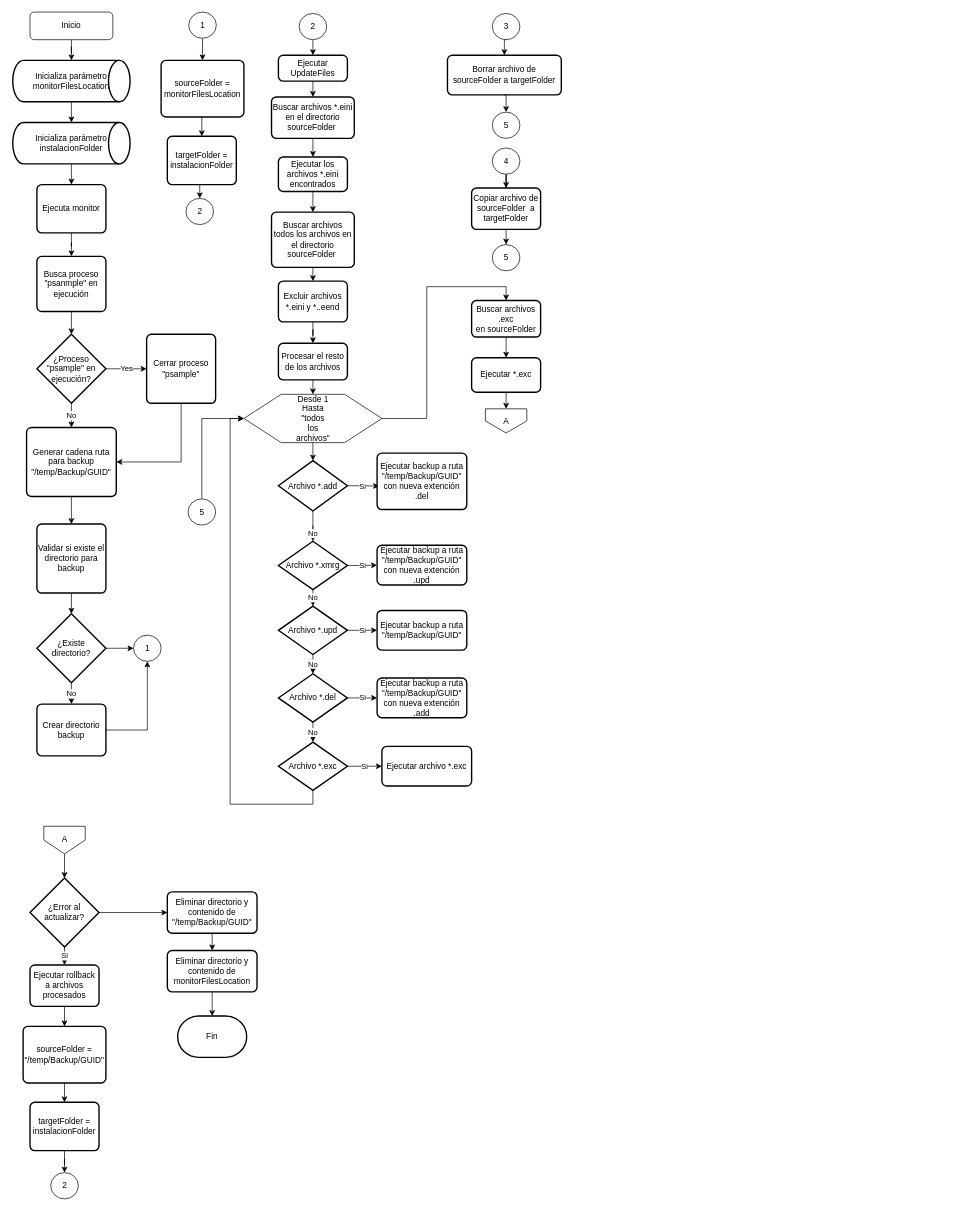
This is WorkerFileManager/Docs/MonitorUpdateManager.drawio from adrianlm333/WorkerFileManager, a draw.io file, before an edit. Source tidied: cells renumbered, new cells numbered last; positions are measured from the earlier drawing's top-left corner, leaving out a move shared by most shapes. Both pictures are drawn from the tidied source at 69%, with x=0, y=0 at pixel (12, 12).
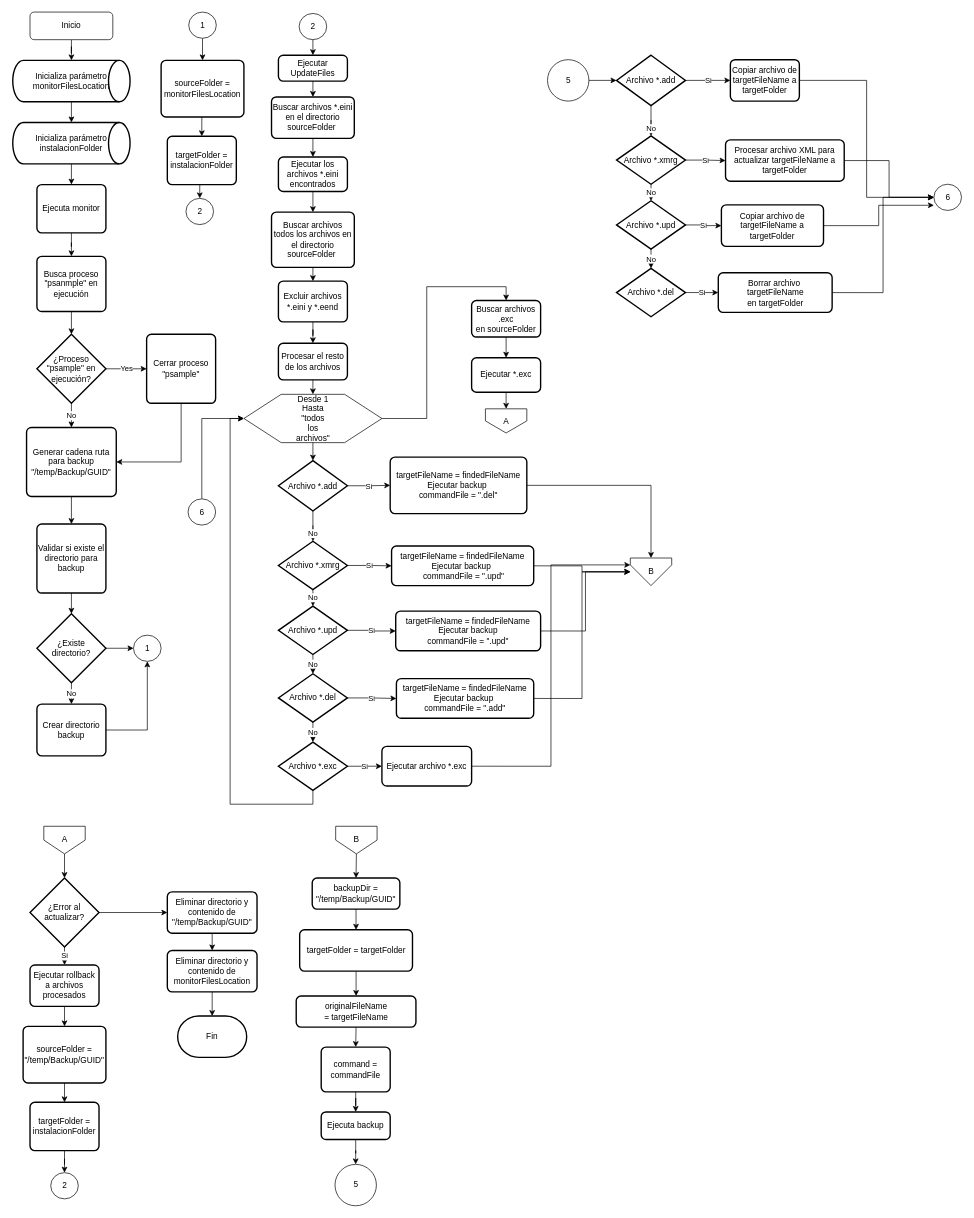
The same diagram, later.

Commit message (it also covers changes not shown here):
Se agrega diagrama de clases

The change refers to these unchanged cells:
```xml
<mxCell id="42" value="Archivo *.add" style="strokeWidth=2;html=1;shape=mxgraph.flowchart.decision;whiteSpace=wrap;" parent="1" vertex="1">
  <mxGeometry x="385" y="650" width="100" height="73" as="geometry" />
</mxCell>
<mxCell id="47" value="Archivo *.del" style="strokeWidth=2;html=1;shape=mxgraph.flowchart.decision;whiteSpace=wrap;" parent="1" vertex="1">
  <mxGeometry x="385" y="959" width="100" height="70" as="geometry" />
</mxCell>
<mxCell id="75" value="Ejecutar archivo *.exc" style="rounded=1;whiteSpace=wrap;html=1;absoluteArcSize=1;arcSize=14;strokeWidth=2;" parent="1" vertex="1">
  <mxGeometry x="535" y="1064.2" width="130" height="57.5" as="geometry" />
</mxCell>
```

What changed in the source:
```diff
@@
-    <mxCell id="36" value="Excluir archivos *.eini y *..eend" style="rounded=1;whiteSpace=wrap;html=1;absoluteArcSize=1;arcSize=14;strokeWidth=2;" parent="1" vertex="1">
+    <mxCell id="36" value="Excluir archivos *.eini y *.eend" style="rounded=1;whiteSpace=wrap;html=1;absoluteArcSize=1;arcSize=14;strokeWidth=2;" parent="1" vertex="1">
       <mxGeometry x="385" y="390" width="100" height="59" as="geometry" />
     </mxCell>
@@
-    <mxCell id="41" value="Si" style="edgeStyle=orthogonalEdgeStyle;rounded=0;jettySize=auto;html=1;exitX=1;exitY=0.5;exitDx=0;exitDy=0;exitPerimeter=0;entryX=0.023;entryY=0.584;entryDx=0;entryDy=0;entryPerimeter=0;" parent="1" edge="1" source="42" target="71">
+    <mxCell id="41" value="Si" style="edgeStyle=orthogonalEdgeStyle;rounded=0;jettySize=auto;html=1;exitX=1;exitY=0.5;exitDx=0;exitDy=0;exitPerimeter=0;entryX=0;entryY=0.5;entryDx=0;entryDy=0;" parent="1" edge="1" source="42" target="71">
       <mxGeometry relative="1" as="geometry" />
     </mxCell>
@@
-    <mxCell id="46" value="Si" style="edgeStyle=orthogonalEdgeStyle;rounded=0;jettySize=auto;html=1;exitX=1;exitY=0.5;exitDx=0;exitDy=0;exitPerimeter=0;entryX=0;entryY=0.5;entryDx=0;entryDy=0;" parent="1" edge="1" source="47" target="74">
+    <mxCell id="46" value="Si" style="edgeStyle=orthogonalEdgeStyle;rounded=0;jettySize=auto;html=1;exitX=1;exitY=0.5;exitDx=0;exitDy=0;exitPerimeter=0;" parent="1" edge="1" source="47" target="74">
       <mxGeometry relative="1" as="geometry" />
     </mxCell>
@@
-    <mxCell id="59" style="edgeStyle=orthogonalEdgeStyle;rounded=0;jettySize=auto;html=1;exitX=0.5;exitY=1;exitDx=0;exitDy=0;exitPerimeter=0;entryX=0.5;entryY=0;entryDx=0;entryDy=0;" parent="1" edge="1" source="60" target="61">
-      <mxGeometry relative="1" as="geometry" />
-    </mxCell>
-    <mxCell id="60" value="3" style="verticalLabelPosition=middle;verticalAlign=middle;html=1;shape=mxgraph.flowchart.on-page_reference;labelPosition=center;align=center;" parent="1" vertex="1">
-      <mxGeometry x="695" y="2" width="40" height="38" as="geometry" />
-    </mxCell>
-    <mxCell id="61" value="Borrar archivo de sourceFolder&amp;nbsp;a&amp;nbsp;targetFolder" style="rounded=1;whiteSpace=wrap;html=1;absoluteArcSize=1;arcSize=14;strokeWidth=2;" parent="1" vertex="1">
-      <mxGeometry x="630" y="62.5" width="165" height="57.5" as="geometry" />
-    </mxCell>
@@
-    <mxCell id="67" value="5" style="verticalLabelPosition=middle;verticalAlign=middle;html=1;shape=mxgraph.flowchart.on-page_reference;labelPosition=center;align=center;" parent="1" vertex="1">
-      <mxGeometry x="695" y="145" width="40" height="38" as="geometry" />
-    </mxCell>
-    <mxCell id="68" style="edgeStyle=orthogonalEdgeStyle;rounded=0;jettySize=auto;html=1;exitX=0.5;exitY=1;exitDx=0;exitDy=0;entryX=0.5;entryY=0;entryDx=0;entryDy=0;entryPerimeter=0;" parent="1" edge="1" source="61" target="67">
-      <mxGeometry relative="1" as="geometry" />
-    </mxCell>
@@
-    <mxCell id="70" value="5" style="verticalLabelPosition=middle;verticalAlign=middle;html=1;shape=mxgraph.flowchart.on-page_reference;labelPosition=center;align=center;" parent="1" vertex="1">
+    <mxCell id="70" value="6" style="verticalLabelPosition=middle;verticalAlign=middle;html=1;shape=mxgraph.flowchart.on-page_reference;labelPosition=center;align=center;" parent="1" vertex="1">
       <mxGeometry x="254" y="705.5" width="40" height="38" as="geometry" />
     </mxCell>
+    <mxCell id="106" style="edgeStyle=orthogonalEdgeStyle;rounded=0;jettySize=auto;html=1;exitX=1;exitY=0.5;exitDx=0;exitDy=0;" parent="1" edge="1" source="71" target="113">
+      <mxGeometry relative="1" as="geometry" />
+    </mxCell>
-    <mxCell id="71" value="Ejecutar backup a ruta &quot;/temp/Backup/GUID&quot;&lt;div&gt;con nueva extención .del&lt;/div&gt;" style="rounded=1;whiteSpace=wrap;html=1;absoluteArcSize=1;arcSize=14;strokeWidth=2;" parent="1" vertex="1">
-      <mxGeometry x="528" y="639.2" width="130" height="81.8" as="geometry" />
+    <mxCell id="71" value="&lt;div&gt;targetFileName = findedFileName&lt;/div&gt;Ejecutar backup&amp;nbsp;&lt;br&gt;&lt;div&gt;&lt;span style=&quot;background-color: transparent; color: light-dark(rgb(0, 0, 0), rgb(255, 255, 255));&quot;&gt;commandFile&lt;/span&gt;&lt;span style=&quot;background-color: transparent; color: light-dark(rgb(0, 0, 0), rgb(255, 255, 255));&quot;&gt;&amp;nbsp;=&lt;/span&gt;&lt;span style=&quot;background-color: transparent; color: light-dark(rgb(0, 0, 0), rgb(255, 255, 255));&quot;&gt;&amp;nbsp;&quot;.del&quot;&lt;/span&gt;&lt;/div&gt;" style="rounded=1;whiteSpace=wrap;html=1;absoluteArcSize=1;arcSize=14;strokeWidth=2;" parent="1" vertex="1">
+      <mxGeometry x="547" y="645" width="198" height="81.8" as="geometry" />
     </mxCell>
+    <mxCell id="107" style="edgeStyle=orthogonalEdgeStyle;rounded=0;jettySize=auto;html=1;exitX=1;exitY=0.5;exitDx=0;exitDy=0;entryX=0;entryY=0.5;entryDx=0;entryDy=0;" parent="1" edge="1" source="72" target="113">
+      <mxGeometry relative="1" as="geometry" />
+    </mxCell>
-    <mxCell id="72" value="Ejecutar backup a ruta &quot;/temp/Backup/GUID&quot;&lt;div&gt;con nueva extención .upd&lt;/div&gt;" style="rounded=1;whiteSpace=wrap;html=1;absoluteArcSize=1;arcSize=14;strokeWidth=2;" parent="1" vertex="1">
-      <mxGeometry x="528" y="772.8" width="130" height="57.5" as="geometry" />
+    <mxCell id="72" value="&lt;div&gt;targetFileName = findedFileName&lt;/div&gt;Ejecutar backup&amp;nbsp;&lt;div&gt;&lt;span style=&quot;background-color: transparent; color: light-dark(rgb(0, 0, 0), rgb(255, 255, 255));&quot;&gt;&amp;nbsp;&lt;/span&gt;&lt;span style=&quot;background-color: transparent; color: light-dark(rgb(0, 0, 0), rgb(255, 255, 255));&quot;&gt;commandFile = &quot;&lt;/span&gt;&lt;span style=&quot;background-color: transparent; color: light-dark(rgb(0, 0, 0), rgb(255, 255, 255));&quot;&gt;.upd&quot;&lt;/span&gt;&lt;/div&gt;" style="rounded=1;whiteSpace=wrap;html=1;absoluteArcSize=1;arcSize=14;strokeWidth=2;" parent="1" vertex="1">
+      <mxGeometry x="549" y="773.8" width="206" height="57.5" as="geometry" />
     </mxCell>
+    <mxCell id="108" style="edgeStyle=orthogonalEdgeStyle;rounded=0;jettySize=auto;html=1;exitX=1;exitY=0.5;exitDx=0;exitDy=0;entryX=0;entryY=0.5;entryDx=0;entryDy=0;" parent="1" edge="1" source="73" target="113">
+      <mxGeometry relative="1" as="geometry" />
+    </mxCell>
-    <mxCell id="73" value="Ejecutar backup a ruta &quot;/temp/Backup/GUID&quot;" style="rounded=1;whiteSpace=wrap;html=1;absoluteArcSize=1;arcSize=14;strokeWidth=2;" parent="1" vertex="1">
-      <mxGeometry x="528" y="867.2" width="130" height="57.5" as="geometry" />
+    <mxCell id="73" value="&lt;div&gt;targetFileName = findedFileName&lt;/div&gt;Ejecutar backup&lt;div&gt;&lt;span style=&quot;color: light-dark(rgb(0, 0, 0), rgb(255, 255, 255)); background-color: transparent;&quot;&gt;commandFile&lt;/span&gt;&lt;span style=&quot;color: light-dark(rgb(0, 0, 0), rgb(255, 255, 255)); background-color: transparent;&quot;&gt;&amp;nbsp;=&lt;/span&gt;&lt;span style=&quot;color: light-dark(rgb(0, 0, 0), rgb(255, 255, 255)); background-color: transparent;&quot;&gt;&amp;nbsp;&quot;.upd&quot;&lt;/span&gt;&lt;/div&gt;" style="rounded=1;whiteSpace=wrap;html=1;absoluteArcSize=1;arcSize=14;strokeWidth=2;" parent="1" vertex="1">
+      <mxGeometry x="555" y="868.2" width="210" height="57.5" as="geometry" />
     </mxCell>
+    <mxCell id="109" style="edgeStyle=orthogonalEdgeStyle;rounded=0;jettySize=auto;html=1;exitX=1;exitY=0.5;exitDx=0;exitDy=0;entryX=0;entryY=0.5;entryDx=0;entryDy=0;" parent="1" edge="1" source="74" target="113">
+      <mxGeometry relative="1" as="geometry" />
+    </mxCell>
-    <mxCell id="74" value="Ejecutar backup a ruta &quot;/temp/Backup/GUID&quot;&lt;div&gt;con nueva extención .add&lt;/div&gt;" style="rounded=1;whiteSpace=wrap;html=1;absoluteArcSize=1;arcSize=14;strokeWidth=2;" parent="1" vertex="1">
-      <mxGeometry x="528" y="965.2" width="130" height="57.5" as="geometry" />
+    <mxCell id="74" value="&lt;div&gt;targetFileName = findedFileName&lt;/div&gt;Ejecutar backup&amp;nbsp;&lt;br&gt;&lt;div&gt;&lt;span style=&quot;background-color: transparent; color: light-dark(rgb(0, 0, 0), rgb(255, 255, 255));&quot;&gt;commandFile&lt;/span&gt;&lt;span style=&quot;background-color: transparent; color: light-dark(rgb(0, 0, 0), rgb(255, 255, 255));&quot;&gt;&amp;nbsp;=&lt;/span&gt;&lt;span style=&quot;background-color: transparent; color: light-dark(rgb(0, 0, 0), rgb(255, 255, 255));&quot;&gt;&amp;nbsp;&quot;.add&quot;&lt;/span&gt;&lt;/div&gt;" style="rounded=1;whiteSpace=wrap;html=1;absoluteArcSize=1;arcSize=14;strokeWidth=2;" parent="1" vertex="1">
+      <mxGeometry x="556" y="966" width="199" height="57.5" as="geometry" />
     </mxCell>
+    <mxCell id="110" style="edgeStyle=orthogonalEdgeStyle;rounded=0;jettySize=auto;html=1;exitX=1;exitY=0.5;exitDx=0;exitDy=0;entryX=0;entryY=0.25;entryDx=0;entryDy=0;" parent="1" edge="1" source="75" target="113">
+      <mxGeometry relative="1" as="geometry" />
+    </mxCell>
@@
-    <mxCell id="76" value="Copiar archivo de sourceFolder&amp;nbsp; a targetFolder" style="rounded=1;whiteSpace=wrap;html=1;absoluteArcSize=1;arcSize=14;strokeWidth=2;" parent="1" vertex="1">
-      <mxGeometry x="665" y="255" width="100" height="60" as="geometry" />
-    </mxCell>
@@
-    <mxCell id="84" style="edgeStyle=orthogonalEdgeStyle;rounded=0;jettySize=auto;html=1;exitX=0.5;exitY=1;exitDx=0;exitDy=0;exitPerimeter=0;" parent="1" edge="1" source="85" target="76">
-      <mxGeometry relative="1" as="geometry" />
-    </mxCell>
-    <mxCell id="85" value="4" style="verticalLabelPosition=middle;verticalAlign=middle;html=1;shape=mxgraph.flowchart.on-page_reference;labelPosition=center;align=center;" parent="1" vertex="1">
-      <mxGeometry x="695" y="197" width="40" height="38" as="geometry" />
-    </mxCell>
-    <mxCell id="86" value="5" style="verticalLabelPosition=middle;verticalAlign=middle;html=1;shape=mxgraph.flowchart.on-page_reference;labelPosition=center;align=center;" parent="1" vertex="1">
-      <mxGeometry x="695" y="337" width="40" height="38" as="geometry" />
-    </mxCell>
-    <mxCell id="87" style="edgeStyle=orthogonalEdgeStyle;rounded=0;jettySize=auto;html=1;exitX=0.5;exitY=1;exitDx=0;exitDy=0;entryX=0.5;entryY=0;entryDx=0;entryDy=0;entryPerimeter=0;" parent="1" edge="1" source="76" target="86">
-      <mxGeometry relative="1" as="geometry" />
-    </mxCell>
@@
+    <mxCell id="111" style="edgeStyle=orthogonalEdgeStyle;rounded=0;jettySize=auto;html=1;exitX=0.5;exitY=1;exitDx=0;exitDy=0;entryX=0.5;entryY=0;entryDx=0;entryDy=0;" parent="1" edge="1" source="112" target="117">
+      <mxGeometry relative="1" as="geometry" />
+    </mxCell>
+    <mxCell id="112" value="B" style="verticalLabelPosition=middle;verticalAlign=middle;html=1;shape=offPageConnector;rounded=0;size=0.5;labelPosition=center;align=center;" parent="1" vertex="1">
+      <mxGeometry x="468" y="1180" width="60" height="40" as="geometry" />
+    </mxCell>
+    <mxCell id="113" value="B" style="verticalLabelPosition=middle;verticalAlign=middle;html=1;shape=offPageConnector;rounded=0;size=0.75;labelPosition=center;align=center;" parent="1" vertex="1">
+      <mxGeometry x="895" y="791.2" width="60" height="40" as="geometry" />
+    </mxCell>
+    <mxCell id="114" style="edgeStyle=orthogonalEdgeStyle;rounded=0;jettySize=auto;html=1;exitX=0.5;exitY=1;exitDx=0;exitDy=0;" parent="1" edge="1" source="115" target="145">
+      <mxGeometry relative="1" as="geometry" />
+    </mxCell>
+    <mxCell id="115" value="Ejecuta backup" style="rounded=1;whiteSpace=wrap;html=1;absoluteArcSize=1;arcSize=14;strokeWidth=2;" parent="1" vertex="1">
+      <mxGeometry x="447" y="1594" width="100" height="40" as="geometry" />
+    </mxCell>
+    <mxCell id="116" style="edgeStyle=orthogonalEdgeStyle;rounded=0;jettySize=auto;html=1;entryX=0.5;entryY=0;entryDx=0;entryDy=0;" parent="1" edge="1" source="117" target="119">
+      <mxGeometry relative="1" as="geometry" />
+    </mxCell>
+    <mxCell id="117" value="backupDir = &quot;/temp/Backup/GUID&quot;" style="rounded=1;whiteSpace=wrap;html=1;absoluteArcSize=1;arcSize=14;strokeWidth=2;" parent="1" vertex="1">
+      <mxGeometry x="434" y="1255" width="127" height="45" as="geometry" />
+    </mxCell>
+    <mxCell id="118" style="edgeStyle=orthogonalEdgeStyle;rounded=0;jettySize=auto;html=1;exitX=0.5;exitY=1;exitDx=0;exitDy=0;" parent="1" edge="1" source="119" target="121">
+      <mxGeometry relative="1" as="geometry" />
+    </mxCell>
+    <mxCell id="119" value="targetFolder = targetFolder" style="rounded=1;whiteSpace=wrap;html=1;absoluteArcSize=1;arcSize=14;strokeWidth=2;" parent="1" vertex="1">
+      <mxGeometry x="415.8" y="1330" width="163.5" height="60" as="geometry" />
+    </mxCell>
+    <mxCell id="120" style="edgeStyle=orthogonalEdgeStyle;rounded=0;jettySize=auto;html=1;exitX=0.5;exitY=1;exitDx=0;exitDy=0;entryX=0.5;entryY=0;entryDx=0;entryDy=0;" parent="1" edge="1" source="121" target="123">
+      <mxGeometry relative="1" as="geometry" />
+    </mxCell>
+    <mxCell id="121" value="originalFileName =&amp;nbsp;targetFileName" style="rounded=1;whiteSpace=wrap;html=1;absoluteArcSize=1;arcSize=14;strokeWidth=2;" parent="1" vertex="1">
+      <mxGeometry x="410.8" y="1426" width="173.5" height="45" as="geometry" />
+    </mxCell>
+    <mxCell id="122" style="edgeStyle=orthogonalEdgeStyle;rounded=0;jettySize=auto;html=1;exitX=0.5;exitY=1;exitDx=0;exitDy=0;" parent="1" edge="1" source="123" target="115">
+      <mxGeometry relative="1" as="geometry" />
+    </mxCell>
+    <mxCell id="123" value="command = commandFile" style="rounded=1;whiteSpace=wrap;html=1;absoluteArcSize=1;arcSize=14;strokeWidth=2;" parent="1" vertex="1">
+      <mxGeometry x="447" y="1500" width="100" height="65" as="geometry" />
+    </mxCell>
+    <mxCell id="124" style="edgeStyle=orthogonalEdgeStyle;rounded=0;jettySize=auto;html=1;exitX=0.5;exitY=1;exitDx=0;exitDy=0;exitPerimeter=0;" parent="1" edge="1" source="126">
+      <mxGeometry relative="1" as="geometry">
+        <mxPoint x="925" y="172.5" as="targetPoint" />
+      </mxGeometry>
+    </mxCell>
+    <mxCell id="125" value="Si" style="edgeStyle=orthogonalEdgeStyle;rounded=0;jettySize=auto;html=1;exitX=1;exitY=0.5;exitDx=0;exitDy=0;exitPerimeter=0;entryX=0;entryY=0.5;entryDx=0;entryDy=0;" parent="1" edge="1" source="126" target="140">
+      <mxGeometry relative="1" as="geometry" />
+    </mxCell>
+    <mxCell id="126" value="Archivo *.add" style="strokeWidth=2;html=1;shape=mxgraph.flowchart.decision;whiteSpace=wrap;" parent="1" vertex="1">
+      <mxGeometry x="875" y="62.5" width="100" height="73" as="geometry" />
+    </mxCell>
+    <mxCell id="127" value="Si" style="edgeStyle=orthogonalEdgeStyle;rounded=0;jettySize=auto;html=1;exitX=1;exitY=0.5;exitDx=0;exitDy=0;exitPerimeter=0;entryX=0;entryY=0.5;entryDx=0;entryDy=0;" parent="1" edge="1" source="128" target="139">
+      <mxGeometry relative="1" as="geometry" />
+    </mxCell>
+    <mxCell id="128" value="Archivo *.xmrg" style="strokeWidth=2;html=1;shape=mxgraph.flowchart.decision;whiteSpace=wrap;" parent="1" vertex="1">
+      <mxGeometry x="875" y="179.5" width="100" height="70" as="geometry" />
+    </mxCell>
+    <mxCell id="129" value="Archivo *.upd" style="strokeWidth=2;html=1;shape=mxgraph.flowchart.decision;whiteSpace=wrap;" parent="1" vertex="1">
+      <mxGeometry x="875" y="273.5" width="100" height="70" as="geometry" />
+    </mxCell>
+    <mxCell id="130" value="Si" style="edgeStyle=orthogonalEdgeStyle;rounded=0;jettySize=auto;html=1;exitX=1;exitY=0.5;exitDx=0;exitDy=0;exitPerimeter=0;entryX=0;entryY=0.5;entryDx=0;entryDy=0;" parent="1" edge="1" source="131" target="136">
+      <mxGeometry relative="1" as="geometry" />
+    </mxCell>
+    <mxCell id="131" value="Archivo *.del" style="strokeWidth=2;html=1;shape=mxgraph.flowchart.decision;whiteSpace=wrap;" parent="1" vertex="1">
+      <mxGeometry x="875" y="371.5" width="100" height="70" as="geometry" />
+    </mxCell>
+    <mxCell id="132" value="No" style="edgeStyle=orthogonalEdgeStyle;rounded=0;jettySize=auto;html=1;exitX=0.5;exitY=1;exitDx=0;exitDy=0;exitPerimeter=0;entryX=0.5;entryY=0;entryDx=0;entryDy=0;entryPerimeter=0;" parent="1" edge="1" target="128">
+      <mxGeometry relative="1" as="geometry">
+        <mxPoint x="925" y="156.5" as="sourcePoint" />
+      </mxGeometry>
+    </mxCell>
+    <mxCell id="133" value="No" style="edgeStyle=orthogonalEdgeStyle;rounded=0;jettySize=auto;html=1;exitX=0.5;exitY=1;exitDx=0;exitDy=0;exitPerimeter=0;entryX=0.5;entryY=0;entryDx=0;entryDy=0;entryPerimeter=0;" parent="1" edge="1" source="128" target="129">
+      <mxGeometry relative="1" as="geometry" />
+    </mxCell>
+    <mxCell id="134" value="No" style="edgeStyle=orthogonalEdgeStyle;rounded=0;jettySize=auto;html=1;exitX=0.5;exitY=1;exitDx=0;exitDy=0;exitPerimeter=0;entryX=0.5;entryY=0;entryDx=0;entryDy=0;entryPerimeter=0;" parent="1" edge="1" source="129" target="131">
+      <mxGeometry relative="1" as="geometry" />
+    </mxCell>
+    <mxCell id="135" value="Si" style="edgeStyle=orthogonalEdgeStyle;rounded=0;jettySize=auto;html=1;exitX=1;exitY=0.5;exitDx=0;exitDy=0;exitPerimeter=0;entryX=0;entryY=0.5;entryDx=0;entryDy=0;" parent="1" edge="1" source="129" target="138">
+      <mxGeometry relative="1" as="geometry" />
+    </mxCell>
+    <mxCell id="136" value="Borrar archivo&amp;nbsp; targetFileName en&amp;nbsp;targetFolder" style="rounded=1;whiteSpace=wrap;html=1;absoluteArcSize=1;arcSize=14;strokeWidth=2;" parent="1" vertex="1">
+      <mxGeometry x="1022.5" y="377.8" width="165" height="57.5" as="geometry" />
+    </mxCell>
+    <mxCell id="137" style="edgeStyle=orthogonalEdgeStyle;rounded=0;jettySize=auto;html=1;exitX=1;exitY=0.5;exitDx=0;exitDy=0;entryX=0;entryY=0.803;entryDx=0;entryDy=0;entryPerimeter=0;" parent="1" edge="1" source="138" target="141">
+      <mxGeometry relative="1" as="geometry" />
+    </mxCell>
+    <mxCell id="138" value="Copiar archivo de targetFileName a targetFolder" style="rounded=1;whiteSpace=wrap;html=1;absoluteArcSize=1;arcSize=14;strokeWidth=2;" parent="1" vertex="1">
+      <mxGeometry x="1027" y="279.5" width="148" height="60" as="geometry" />
+    </mxCell>
+    <mxCell id="139" value="Procesar archivo XML para actualizar targetFileName&amp;nbsp;a targetFolder" style="rounded=1;whiteSpace=wrap;html=1;absoluteArcSize=1;arcSize=14;strokeWidth=2;" parent="1" vertex="1">
+      <mxGeometry x="1033" y="185.2" width="172" height="60" as="geometry" />
+    </mxCell>
+    <mxCell id="140" value="Copiar archivo de targetFileName&amp;nbsp;a targetFolder" style="rounded=1;whiteSpace=wrap;html=1;absoluteArcSize=1;arcSize=14;strokeWidth=2;" parent="1" vertex="1">
+      <mxGeometry x="1040" y="69" width="100" height="60" as="geometry" />
+    </mxCell>
+    <mxCell id="141" value="6" style="verticalLabelPosition=middle;verticalAlign=middle;html=1;shape=mxgraph.flowchart.on-page_reference;labelPosition=center;align=center;" parent="1" vertex="1">
+      <mxGeometry x="1335" y="249.5" width="40" height="38" as="geometry" />
+    </mxCell>
+    <mxCell id="142" style="edgeStyle=orthogonalEdgeStyle;rounded=0;jettySize=auto;html=1;exitX=1;exitY=0.5;exitDx=0;exitDy=0;entryX=0;entryY=0.5;entryDx=0;entryDy=0;entryPerimeter=0;" parent="1" edge="1" source="140" target="141">
+      <mxGeometry relative="1" as="geometry" />
+    </mxCell>
+    <mxCell id="143" style="edgeStyle=orthogonalEdgeStyle;rounded=0;jettySize=auto;html=1;exitX=1;exitY=0.5;exitDx=0;exitDy=0;entryX=0;entryY=0.5;entryDx=0;entryDy=0;entryPerimeter=0;" parent="1" edge="1" source="139" target="141">
+      <mxGeometry relative="1" as="geometry" />
+    </mxCell>
+    <mxCell id="144" style="edgeStyle=orthogonalEdgeStyle;rounded=0;jettySize=auto;html=1;exitX=1;exitY=0.5;exitDx=0;exitDy=0;entryX=0;entryY=0.5;entryDx=0;entryDy=0;entryPerimeter=0;" parent="1" edge="1" source="136" target="141">
+      <mxGeometry relative="1" as="geometry" />
+    </mxCell>
+    <mxCell id="145" value="5" style="verticalLabelPosition=middle;verticalAlign=middle;html=1;shape=mxgraph.flowchart.on-page_reference;labelPosition=center;align=center;" parent="1" vertex="1">
+      <mxGeometry x="467" y="1670" width="60" height="60" as="geometry" />
+    </mxCell>
+    <mxCell id="146" value="5" style="verticalLabelPosition=middle;verticalAlign=middle;html=1;shape=mxgraph.flowchart.on-page_reference;labelPosition=center;align=center;" parent="1" vertex="1">
+      <mxGeometry x="775" y="69" width="60" height="60" as="geometry" />
+    </mxCell>
+    <mxCell id="147" style="edgeStyle=orthogonalEdgeStyle;rounded=0;jettySize=auto;html=1;exitX=1;exitY=0.5;exitDx=0;exitDy=0;exitPerimeter=0;entryX=0;entryY=0.5;entryDx=0;entryDy=0;entryPerimeter=0;" parent="1" edge="1" source="146" target="126">
+      <mxGeometry relative="1" as="geometry" />
+    </mxCell>
```
